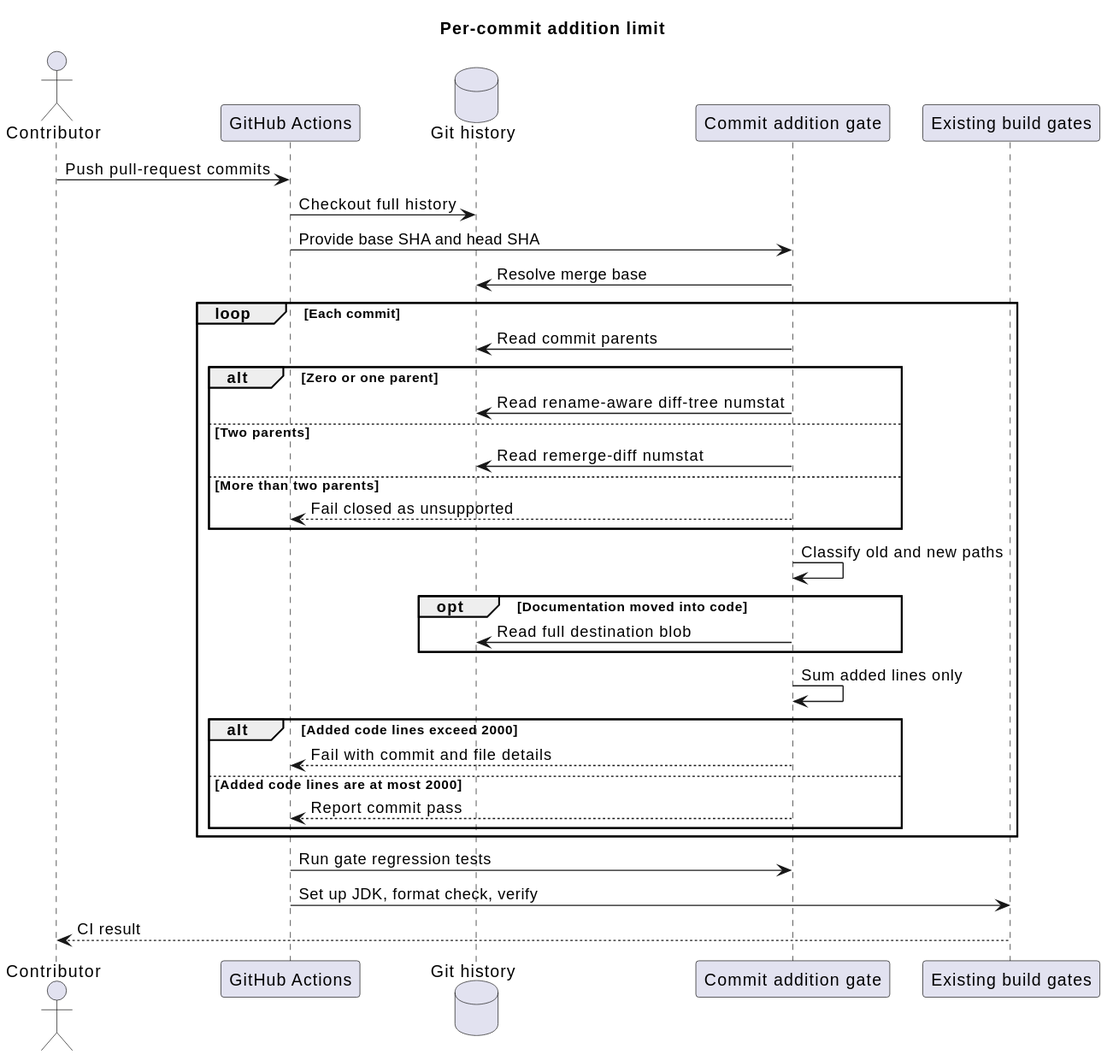
The PlantUML diagram docs/designs/commit-addition-limit/commit_addition_limit.svg in 2862282695gjh-afk/pi-mono-java, before a commit.
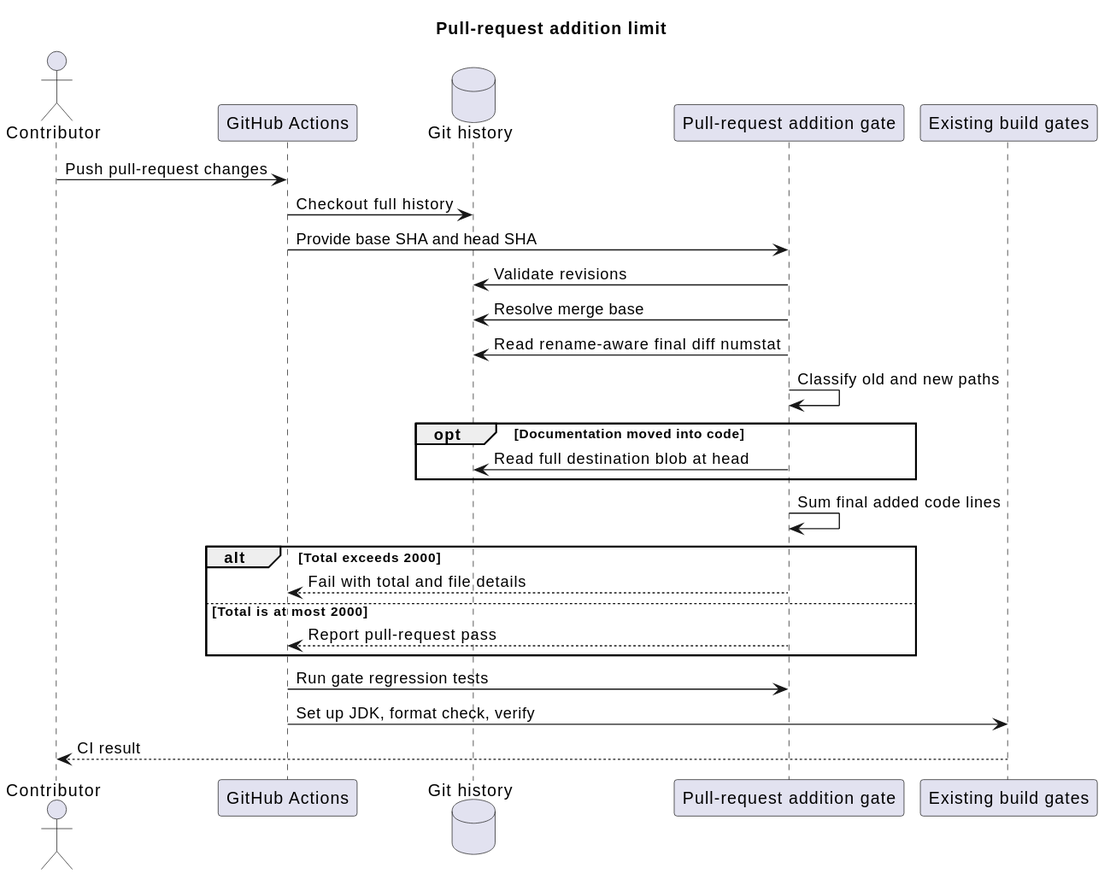
Later version of the same file.

The edit, as a diff of the source:
```diff
@@ -1,36 +1,29 @@
 @startuml
-title Per-commit addition limit
+title Pull-request addition limit
 
 actor Contributor
 participant "GitHub Actions" as Actions
 database "Git history" as Git
-participant "Commit addition gate" as Gate
+participant "Pull-request addition gate" as Gate
 participant "Existing build gates" as Build
 
-Contributor -> Actions: Push pull-request commits
+Contributor -> Actions: Push pull-request changes
 Actions -> Git: Checkout full history
 Actions -> Gate: Provide base SHA and head SHA
+Gate -> Git: Validate revisions
 Gate -> Git: Resolve merge base
+Gate -> Git: Read rename-aware final diff numstat
+Gate -> Gate: Classify old and new paths
 
-loop Each commit
-  Gate -> Git: Read commit parents
-  alt Zero or one parent
-    Gate -> Git: Read rename-aware diff-tree numstat
-  else Two parents
-    Gate -> Git: Read remerge-diff numstat
-  else More than two parents
-    Gate --> Actions: Fail closed as unsupported
-  end
-  Gate -> Gate: Classify old and new paths
-  opt Documentation moved into code
-    Gate -> Git: Read full destination blob
-  end
-  Gate -> Gate: Sum added lines only
-  alt Added code lines exceed 2000
-    Gate --> Actions: Fail with commit and file details
-  else Added code lines are at most 2000
-    Gate --> Actions: Report commit pass
-  end
+opt Documentation moved into code
+  Gate -> Git: Read full destination blob at head
+end
+
+Gate -> Gate: Sum final added code lines
+alt Total exceeds 2000
+  Gate --> Actions: Fail with total and file details
+else Total is at most 2000
+  Gate --> Actions: Report pull-request pass
 end
 
 Actions -> Gate: Run gate regression tests
```
